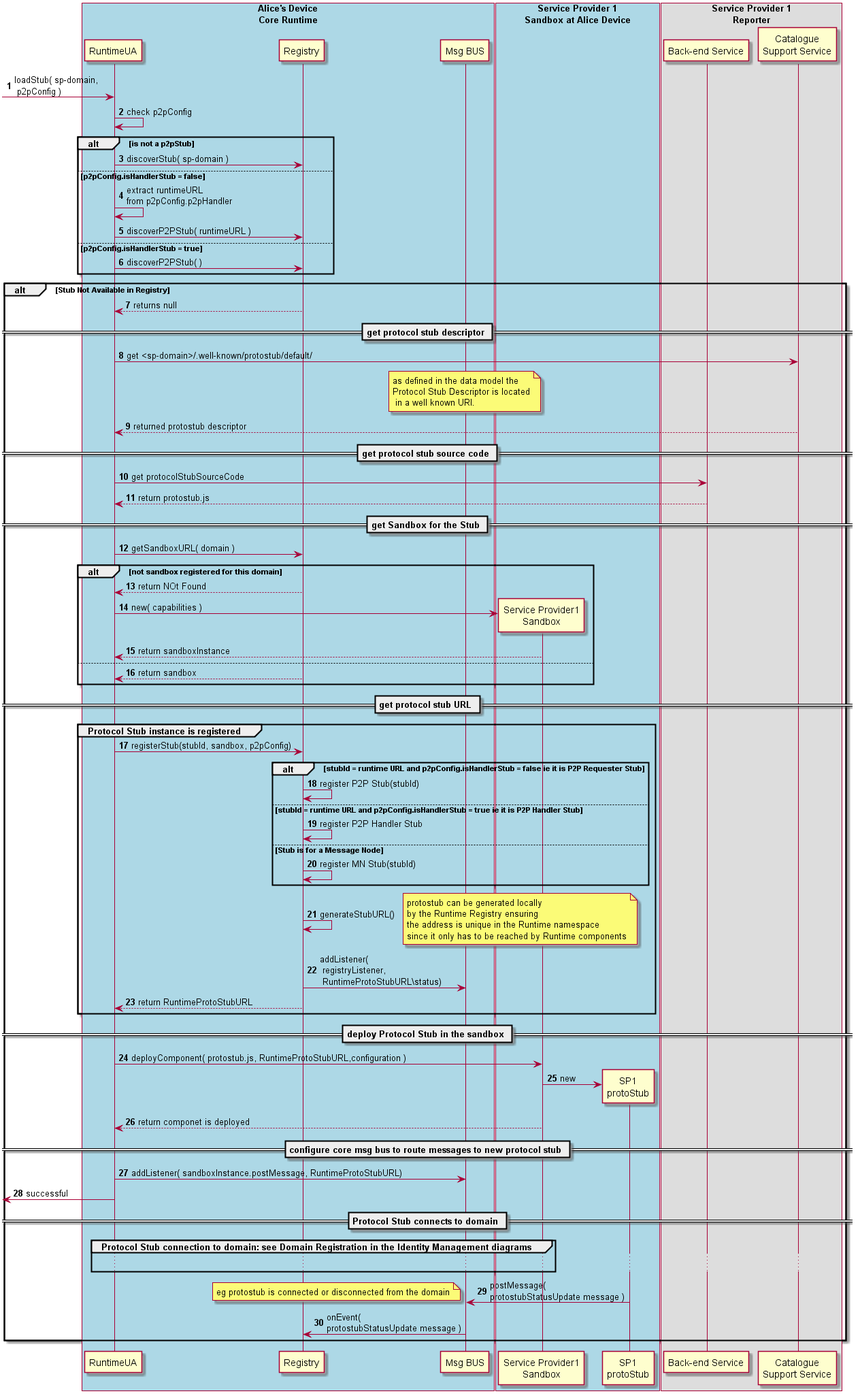
reTHINK-project/specs keeps this PlantUML diagram as dynamic-view/basics/deploy-protostub.png. Above is the earlier version. Its source is kept beside it as dynamic-view/basics/deploy-protostub.plantuml.
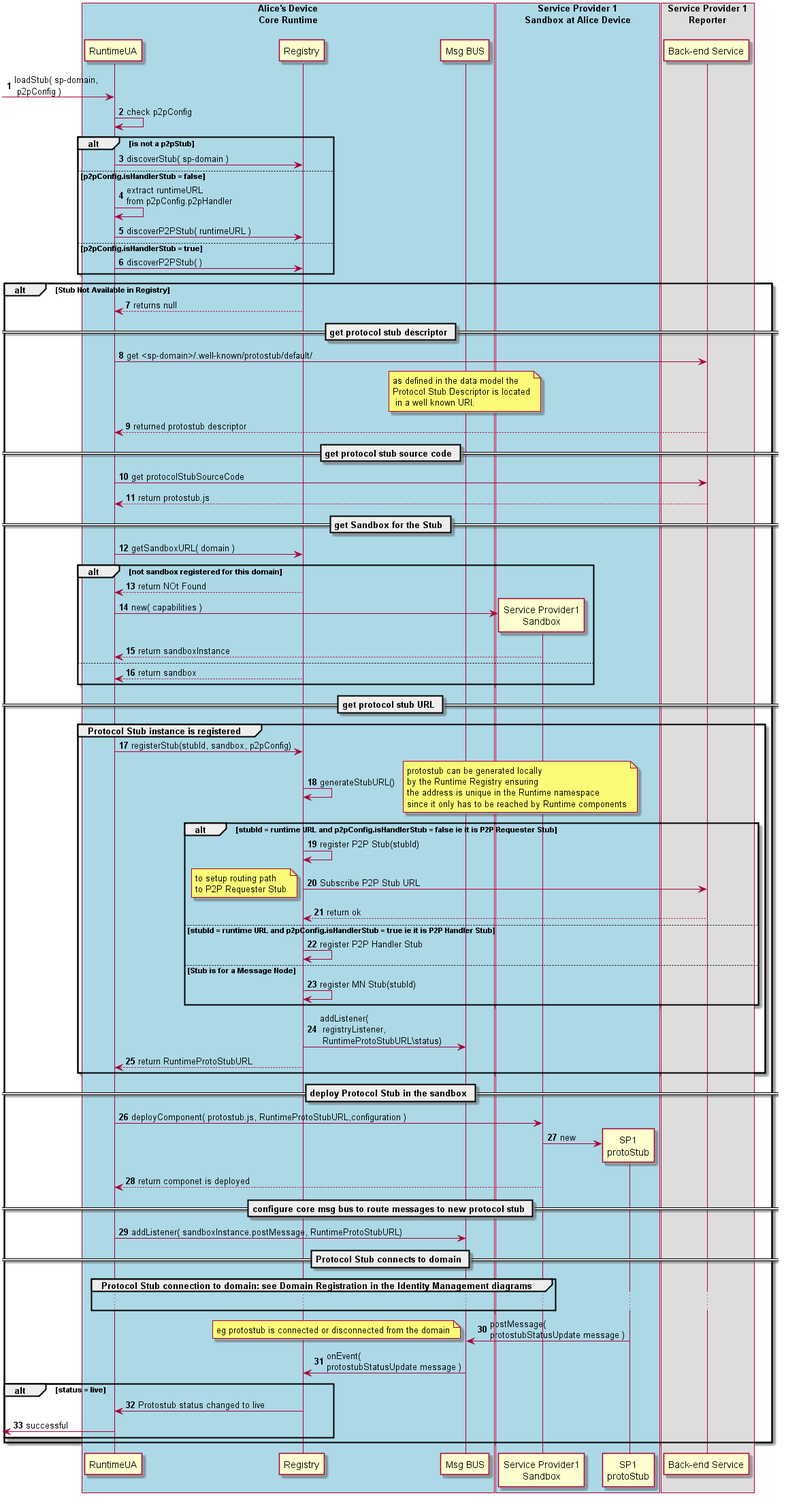
The same diagram one commit later.

Diff of the diagram source:
```diff
@@ -15,7 +15,6 @@
 !define SHOW_ServiceProvider1SandboxManagerAtRuntimeA
 
 !define SHOW_SP1
-!define SHOW_Cat1
 
 !include ../runtime_objects.plantuml
 
@@ -40,7 +39,7 @@
 == get protocol stub descriptor ==
 
 
-	RunUA@A -> Cat1 : get <sp-domain>/.well-known/protostub/default/
+	RunUA@A -> SP1 : get <sp-domain>/.well-known/protostub/default/
 
 		note over BUS@A
 			as defined in the data model the
@@ -48,7 +47,7 @@
 			 in a well known URI.
 		end note
 
-	RunUA@A <-- Cat1 : returned protostub descriptor
+	RunUA@A <-- SP1 : returned protostub descriptor
 
 	== get protocol stub source code ==
 
@@ -81,14 +80,6 @@
 	group Protocol Stub instance is registered
 		RunUA@A -> RunReg@A : registerStub(stubId, sandbox, p2pConfig)
 
-		alt stubId = runtime URL and p2pConfig.isHandlerStub = false ie it is P2P Requester Stub
-			RunReg@A -> RunReg@A : register P2P Stub(stubId)
-		else stubId = runtime URL and p2pConfig.isHandlerStub = true ie it is P2P Handler Stub
-			RunReg@A -> RunReg@A : register P2P Handler Stub
-		else Stub is for a Message Node
-			RunReg@A -> RunReg@A : register MN Stub(stubId)
-		end
-
 		RunReg@A -> RunReg@A : generateStubURL()
 
 		note right
@@ -97,6 +88,21 @@
 			the address is unique in the Runtime namespace
 			since it only has to be reached by Runtime components
 		end note
+
+		alt stubId = runtime URL and p2pConfig.isHandlerStub = false ie it is P2P Requester Stub
+			RunReg@A -> RunReg@A : register P2P Stub(stubId)
+
+			RunReg@A -> SP1 : Subscribe P2P Stub URL
+			note left
+				to setup routing path
+				to P2P Requester Stub
+			end note
+			RunReg@A <-- SP1 : return ok
+		else stubId = runtime URL and p2pConfig.isHandlerStub = true ie it is P2P Handler Stub
+			RunReg@A -> RunReg@A : register P2P Handler Stub
+		else Stub is for a Message Node
+			RunReg@A -> RunReg@A : register MN Stub(stubId)
+		end
 
 		RunReg@A -> BUS@A : addListener(\n registryListener,\n RuntimeProtoStubURL\status)
 
@@ -107,8 +113,6 @@
 
 
 	RunUA@A -> Sand1@A : deployComponent( protostub.js, RuntimeProtoStubURL,configuration )
-
-
 
 	create Proto1@A
 	Sand1@A -> Proto1@A : new
@@ -121,8 +125,6 @@
 
 	BUS@A <- RunUA@A : addListener( sandboxInstance.postMessage, RuntimeProtoStubURL)
 
-	 <- RunUA@A : successful
-
 == Protocol Stub connects to domain ==
 
 	group Protocol Stub connection to domain: see Domain Registration in the Identity Management diagrams
@@ -133,13 +135,18 @@
 
 	Proto1@A -> BUS@A : postMessage( \nprotostubStatusUpdate message )
 
-
 	note left
 		eg protostub is connected or disconnected from the domain
 	end note
 
 	BUS@A -> RunReg@A : onEvent( \nprotostubStatusUpdate message )
 
+	alt status = live
+		RunReg@A -> RunUA@A : Protostub status changed to live
+		<- RunUA@A : successful
+
+	end group
+
 end
 
 @enduml
```
